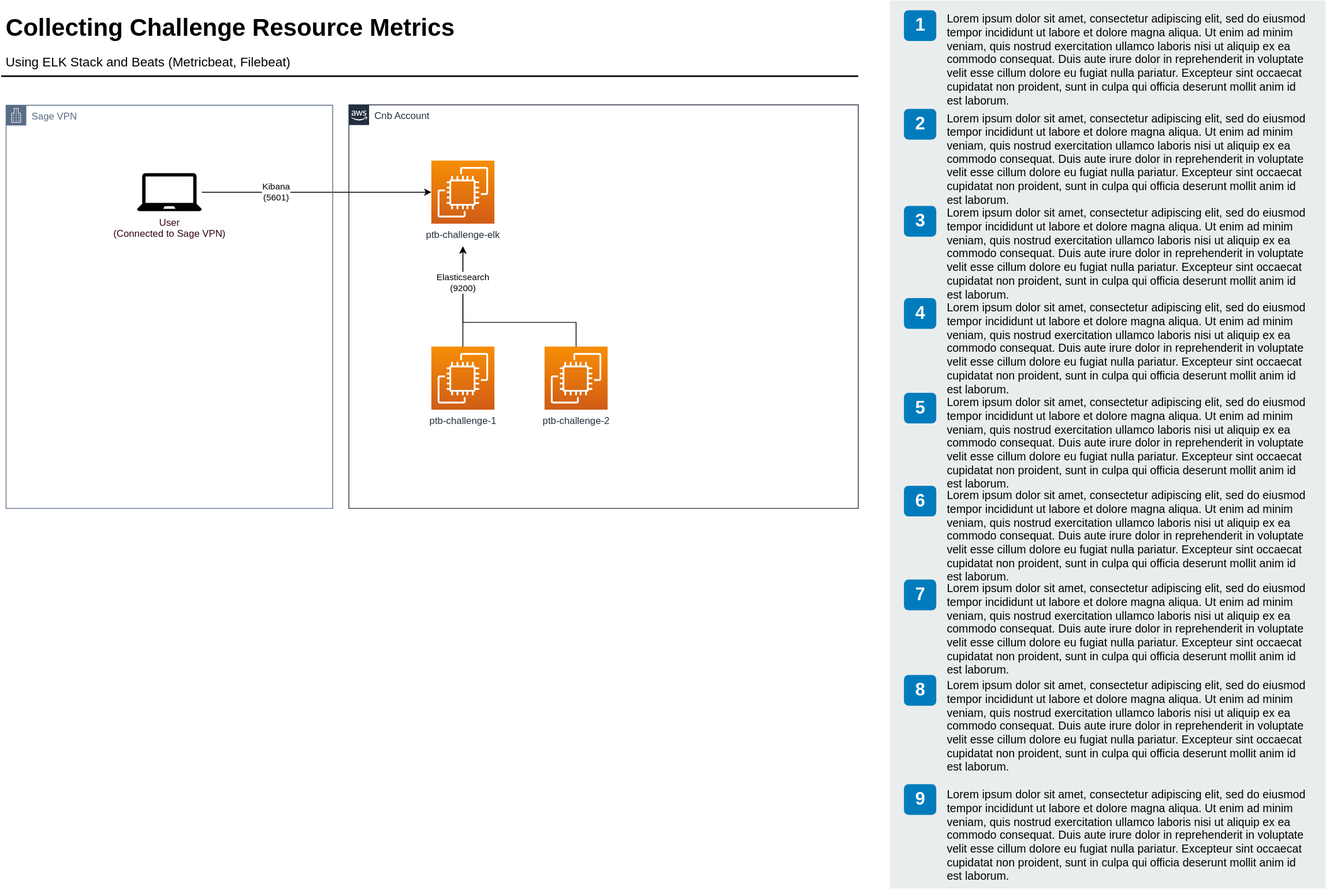
The draw.io diagram docs/drawio/diagrams/collect-challenge-resource-metrics.drawio.svg in Sage-Bionetworks/sage-monorepo, before a commit. Source tidied: cells renumbered, new cells last; positions are measured from the earlier drawing's top-left corner, leaving out a move shared by most shapes.
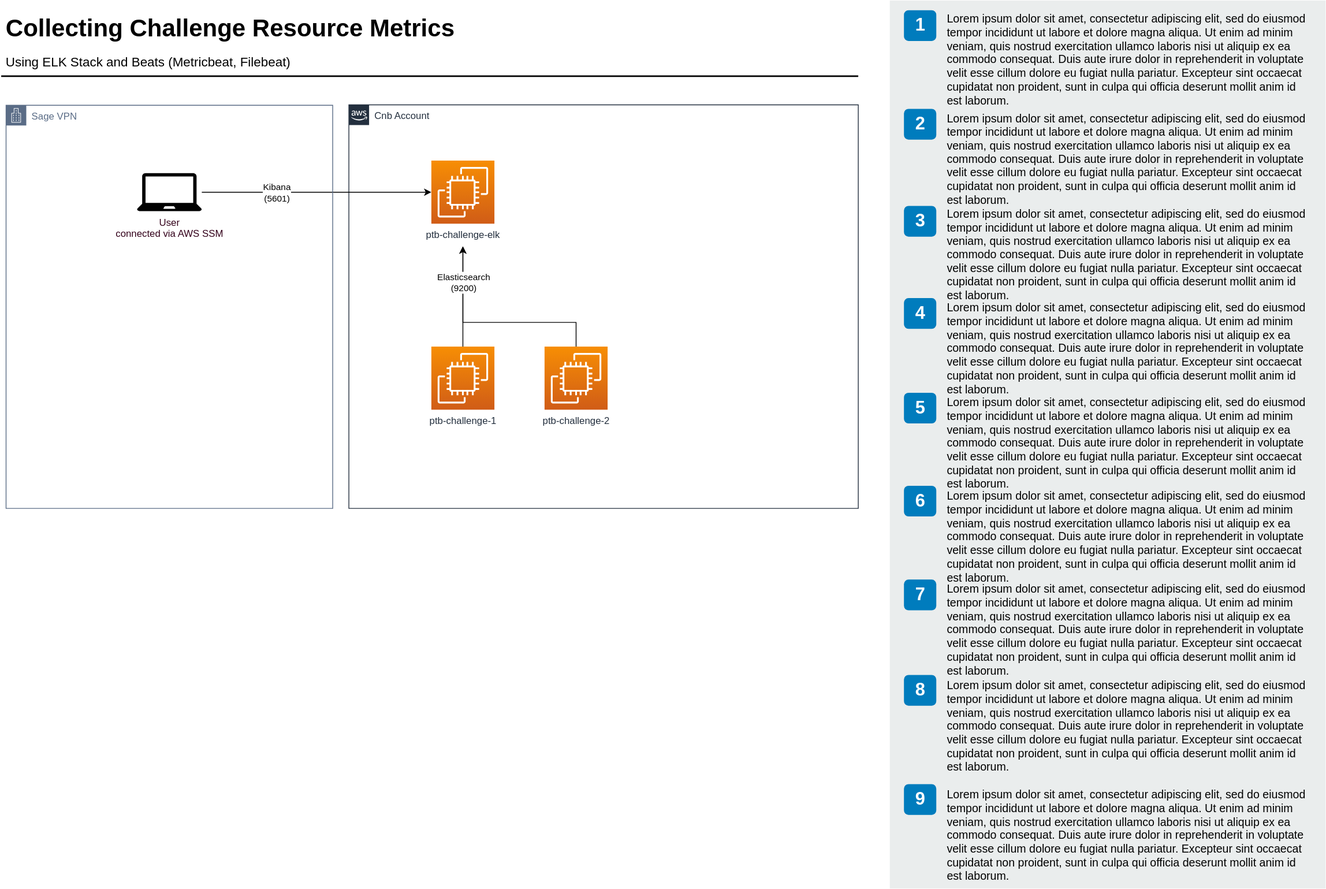
After the change.

What changed in the source:
```diff
@@ -107,7 +107,7 @@
     <mxCell id="33" value="Sage VPN" style="gradientColor=none;html=1;whiteSpace=wrap;fontSize=12;fontStyle=0;shape=mxgraph.aws4.group;grIcon=mxgraph.aws4.group_corporate_data_center;strokeColor=#5A6C86;fillColor=none;verticalAlign=top;align=left;spacingLeft=30;fontColor=#5A6C86;dashed=0;" parent="1" vertex="1">
       <mxGeometry x="6" y="129.5" width="404" height="498.5" as="geometry" />
     </mxCell>
-    <mxCell id="34" value="&lt;span style=&quot;background-color: transparent;&quot;&gt;User&lt;/span&gt;&lt;br&gt;(Connected to Sage VPN)" style="sketch=0;shadow=0;dashed=0;html=1;strokeColor=none;fillColor=#000000;labelPosition=center;verticalLabelPosition=bottom;verticalAlign=top;outlineConnect=0;align=center;shape=mxgraph.office.devices.laptop;fontSize=12;fontColor=#33001A;points=[[0.5,1,0,0,28]];" parent="33" vertex="1">
+    <mxCell id="34" value="&lt;span style=&quot;background-color: transparent;&quot;&gt;User&lt;/span&gt;&lt;br&gt;connected via AWS SSM" style="sketch=0;shadow=0;dashed=0;html=1;strokeColor=none;fillColor=#000000;labelPosition=center;verticalLabelPosition=bottom;verticalAlign=top;outlineConnect=0;align=center;shape=mxgraph.office.devices.laptop;fontSize=12;fontColor=#33001A;points=[[0.5,1,0,0,28]];" parent="33" vertex="1">
       <mxGeometry x="161.9" y="84" width="80.2" height="47" as="geometry" />
     </mxCell>
   </root>
```
